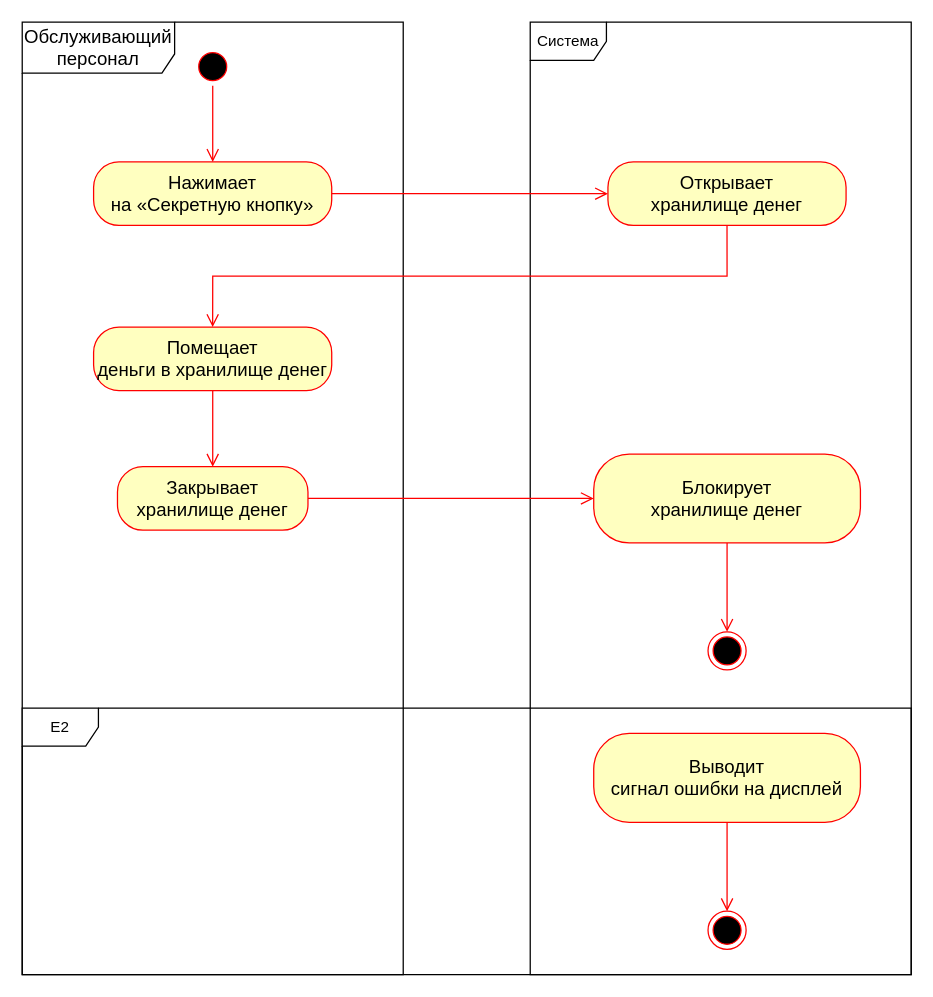
Above: page "Загрузить деньги" (4 of 5) of папс/Банкомат/Банкомат Активность.drawio in KvoERR/pnrpu-3rd-year (draw.io), before the change. Source tidied: cells renumbered, new cells numbered last; positions are measured from the earlier drawing's top-left corner, leaving out a move shared by most shapes. Both pictures are drawn from the tidied source at 127%, with x=0, y=0 at pixel (22, 22).
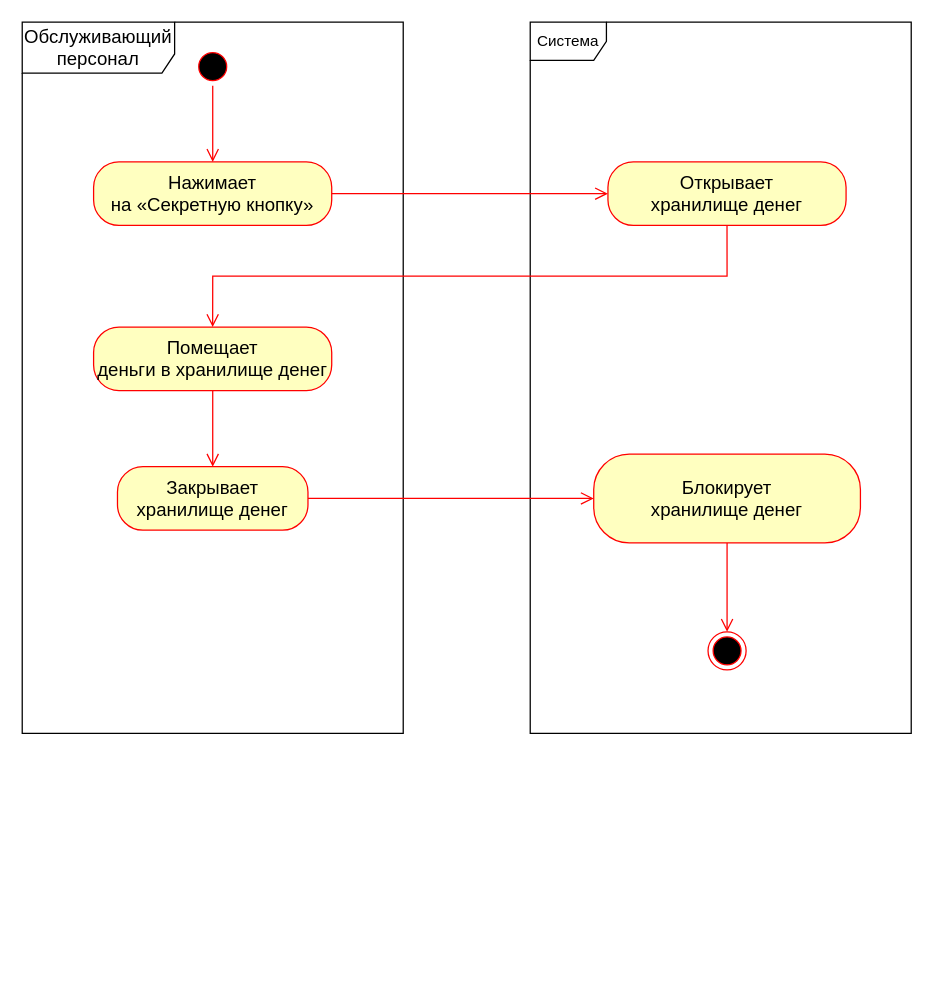
The same page after the edit.

The edit, as a diff of the source:
```diff
@@
     <mxCell id="2" value="&lt;span style=&quot;font-size:11.0pt;line-height:115%;&lt;br/&gt;font-family:&amp;quot;Calibri&amp;quot;,sans-serif;mso-ascii-theme-font:minor-latin;mso-fareast-font-family:&lt;br/&gt;Calibri;mso-fareast-theme-font:minor-latin;mso-hansi-theme-font:minor-latin;&lt;br/&gt;mso-bidi-font-family:&amp;quot;Times New Roman&amp;quot;;mso-bidi-theme-font:minor-bidi;&lt;br/&gt;mso-ansi-language:RU;mso-fareast-language:EN-US;mso-bidi-language:AR-SA&quot;&gt;Обслуживающий&lt;br/&gt;персонал&lt;/span&gt;" style="shape=umlFrame;whiteSpace=wrap;html=1;width=120;height=40;" parent="1" vertex="1">
-      <mxGeometry width="300" height="750" as="geometry" />
+      <mxGeometry width="300" height="560" as="geometry" />
     </mxCell>
@@
     <mxCell id="7" value="Система" style="shape=umlFrame;whiteSpace=wrap;html=1;" parent="1" vertex="1">
-      <mxGeometry x="400" width="300" height="750" as="geometry" />
+      <mxGeometry x="400" width="300" height="560" as="geometry" />
     </mxCell>
@@
-    <mxCell id="17" value="E2" style="shape=umlFrame;whiteSpace=wrap;html=1;" parent="1" vertex="1">
-      <mxGeometry y="540" width="700" height="210" as="geometry" />
-    </mxCell>
-    <mxCell id="18" value="&lt;span style=&quot;font-size:11.0pt;line-height:115%;&lt;br/&gt;font-family:&amp;quot;Calibri&amp;quot;,sans-serif;mso-ascii-theme-font:minor-latin;mso-fareast-font-family:&lt;br/&gt;Calibri;mso-fareast-theme-font:minor-latin;mso-hansi-theme-font:minor-latin;&lt;br/&gt;mso-bidi-font-family:&amp;quot;Times New Roman&amp;quot;;mso-bidi-theme-font:minor-bidi;&lt;br/&gt;mso-ansi-language:RU;mso-fareast-language:EN-US;mso-bidi-language:AR-SA&quot;&gt;Выводит&lt;br/&gt;сигнал ошибки на дисплей&lt;/span&gt;" style="rounded=1;whiteSpace=wrap;html=1;arcSize=40;fontColor=#000000;fillColor=#ffffc0;strokeColor=#ff0000;" parent="1" vertex="1">
-      <mxGeometry x="450" y="560" width="210" height="70" as="geometry" />
-    </mxCell>
-    <mxCell id="19" style="ellipse;html=1;shape=endState;fillColor=#000000;strokeColor=#ff0000;" parent="1" vertex="1">
-      <mxGeometry x="540" y="700" width="30" height="30" as="geometry" />
-    </mxCell>
-    <mxCell id="20" style="edgeStyle=orthogonalEdgeStyle;html=1;verticalAlign=bottom;endArrow=open;endSize=8;strokeColor=#ff0000;rounded=0;entryX=0.5;entryY=0;entryDx=0;entryDy=0;exitX=0.5;exitY=1;exitDx=0;exitDy=0;" parent="1" edge="1" source="18" target="19">
-      <mxGeometry relative="1" as="geometry" />
-    </mxCell>
```
